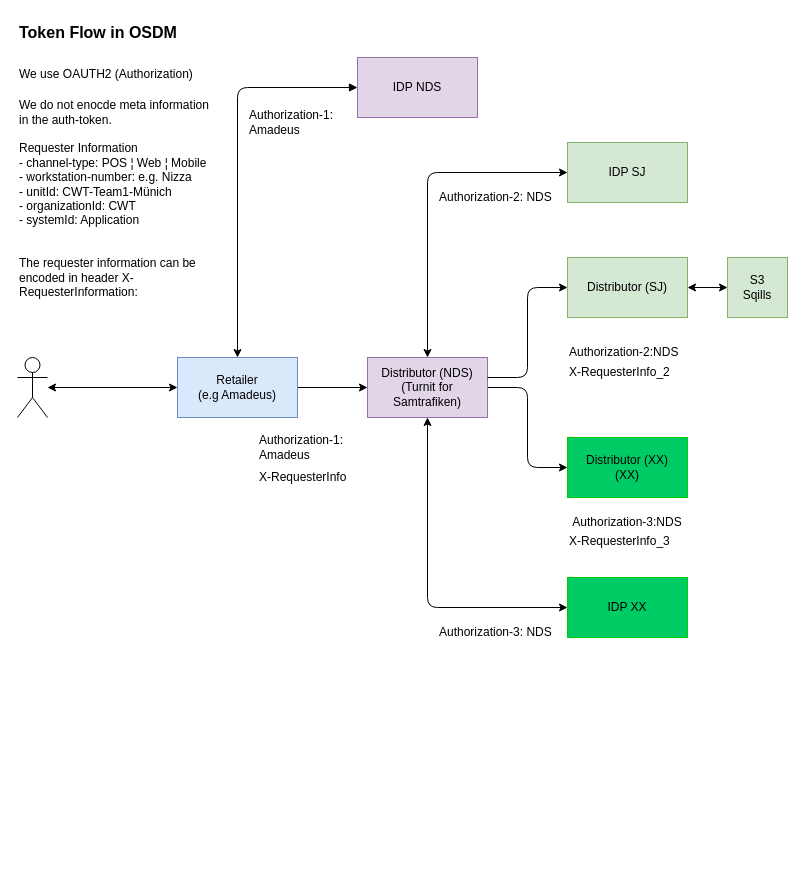
Earlier version of the draw.io diagram images/deployment/TokenFlowOSDM.drawio (UnionInternationalCheminsdeFer/OSDM). Source tidied: cells renumbered, new cells numbered last; positions are measured from the earlier drawing's top-left corner, leaving out a move shared by most shapes. Both pictures are drawn from the tidied source at 100%, with x=0, y=0 at pixel (17, 17).
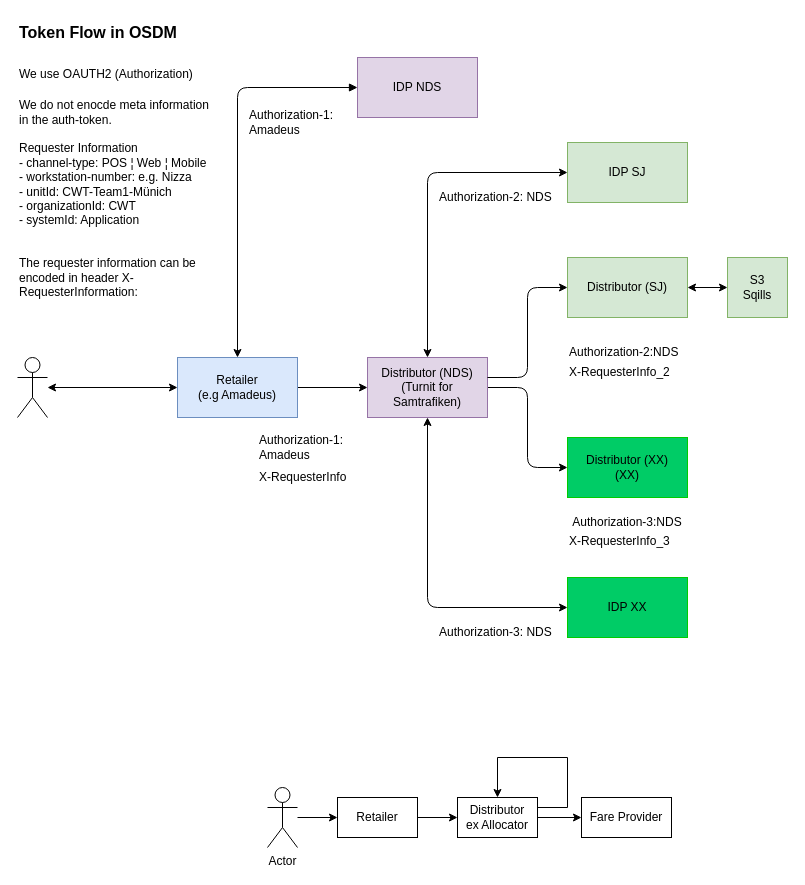
The same diagram, later.

Change to the diagram source:
```diff
@@
+    <mxCell id="32" style="edgeStyle=orthogonalEdgeStyle;rounded=0;jettySize=auto;html=1;" parent="1" edge="1" source="33" target="36">
+      <mxGeometry relative="1" as="geometry" />
+    </mxCell>
+    <mxCell id="33" value="Retailer" style="rounded=0;whiteSpace=wrap;html=1;" parent="1" vertex="1">
+      <mxGeometry x="320" y="780" width="80" height="40" as="geometry" />
+    </mxCell>
+    <mxCell id="34" style="edgeStyle=orthogonalEdgeStyle;rounded=0;orthogonalLoop=1;jettySize=auto;html=1;entryX=0.5;entryY=0;entryDx=0;entryDy=0;exitX=1;exitY=0.25;exitDx=0;exitDy=0;" parent="1" edge="1" source="36" target="36">
+      <mxGeometry relative="1" as="geometry">
+        <Array as="points">
+          <mxPoint x="550" y="790" />
+          <mxPoint x="550" y="740" />
+          <mxPoint x="480" y="740" />
+        </Array>
+      </mxGeometry>
+    </mxCell>
+    <mxCell id="35" style="edgeStyle=orthogonalEdgeStyle;rounded=0;jettySize=auto;html=1;" parent="1" edge="1" source="36" target="39">
+      <mxGeometry relative="1" as="geometry" />
+    </mxCell>
+    <mxCell id="36" value="Distributor&lt;br&gt;ex Allocator" style="rounded=0;whiteSpace=wrap;html=1;" parent="1" vertex="1">
+      <mxGeometry x="440" y="780" width="80" height="40" as="geometry" />
+    </mxCell>
+    <mxCell id="37" style="edgeStyle=orthogonalEdgeStyle;rounded=0;jettySize=auto;html=1;entryX=0;entryY=0.5;entryDx=0;entryDy=0;" parent="1" edge="1" source="38" target="33">
+      <mxGeometry relative="1" as="geometry" />
+    </mxCell>
+    <mxCell id="38" value="Actor" style="shape=umlActor;verticalLabelPosition=bottom;verticalAlign=top;html=1;outlineConnect=0;" parent="1" vertex="1">
+      <mxGeometry x="250" y="770" width="30" height="60" as="geometry" />
+    </mxCell>
+    <mxCell id="39" value="Fare Provider" style="rounded=0;whiteSpace=wrap;html=1;" parent="1" vertex="1">
+      <mxGeometry x="564" y="780" width="90" height="40" as="geometry" />
+    </mxCell>
```
